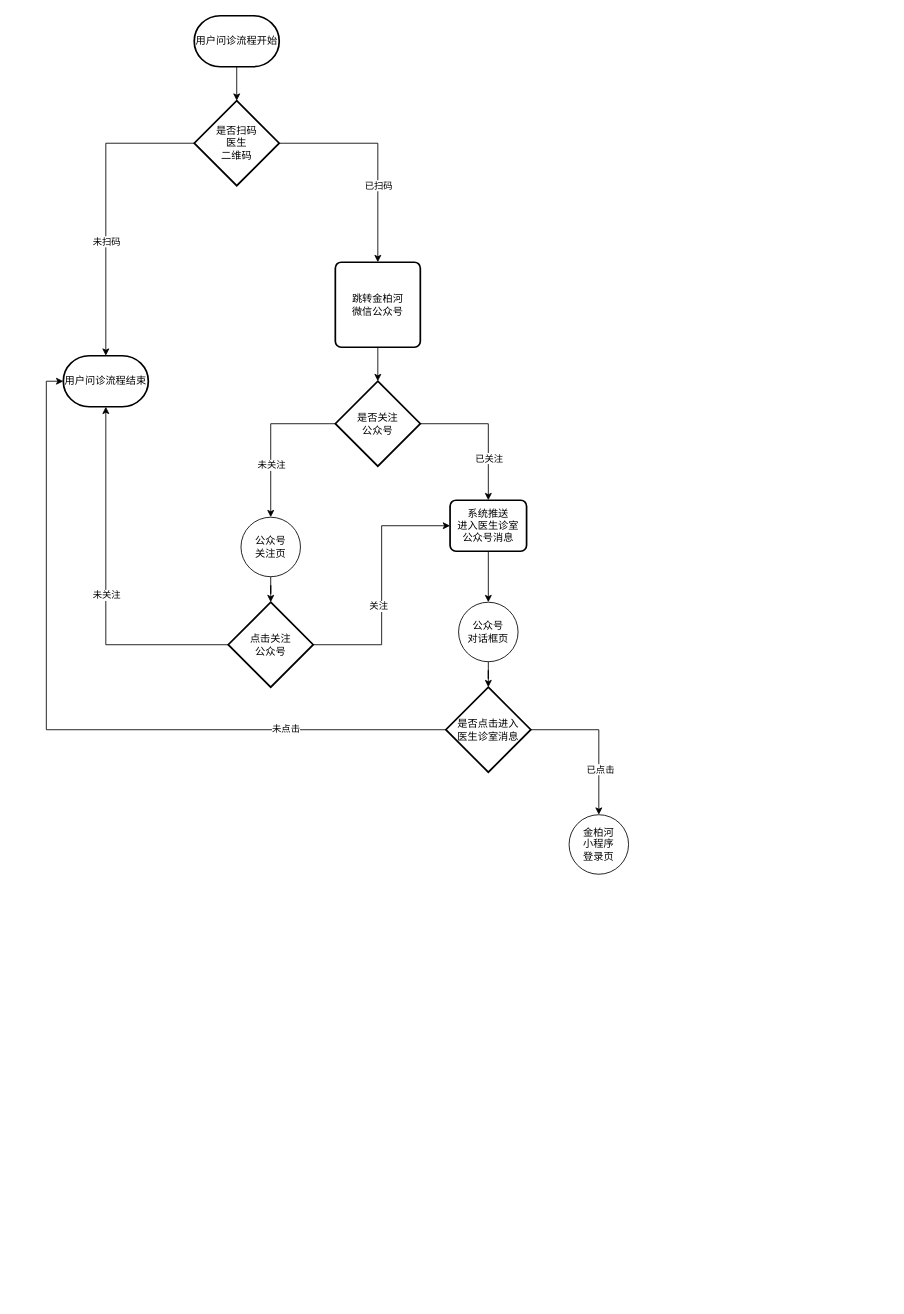
GitHeP/diagrams keeps this draw.io diagram as jbh/患者端问诊流程.drawio. Above is the earlier version. Source tidied: cells renumbered, new cells numbered last; positions are measured from the earlier drawing's top-left corner, leaving out a move shared by most shapes. Both pictures are drawn from the tidied source at 85%, with x=0, y=0 at pixel (63, 15).
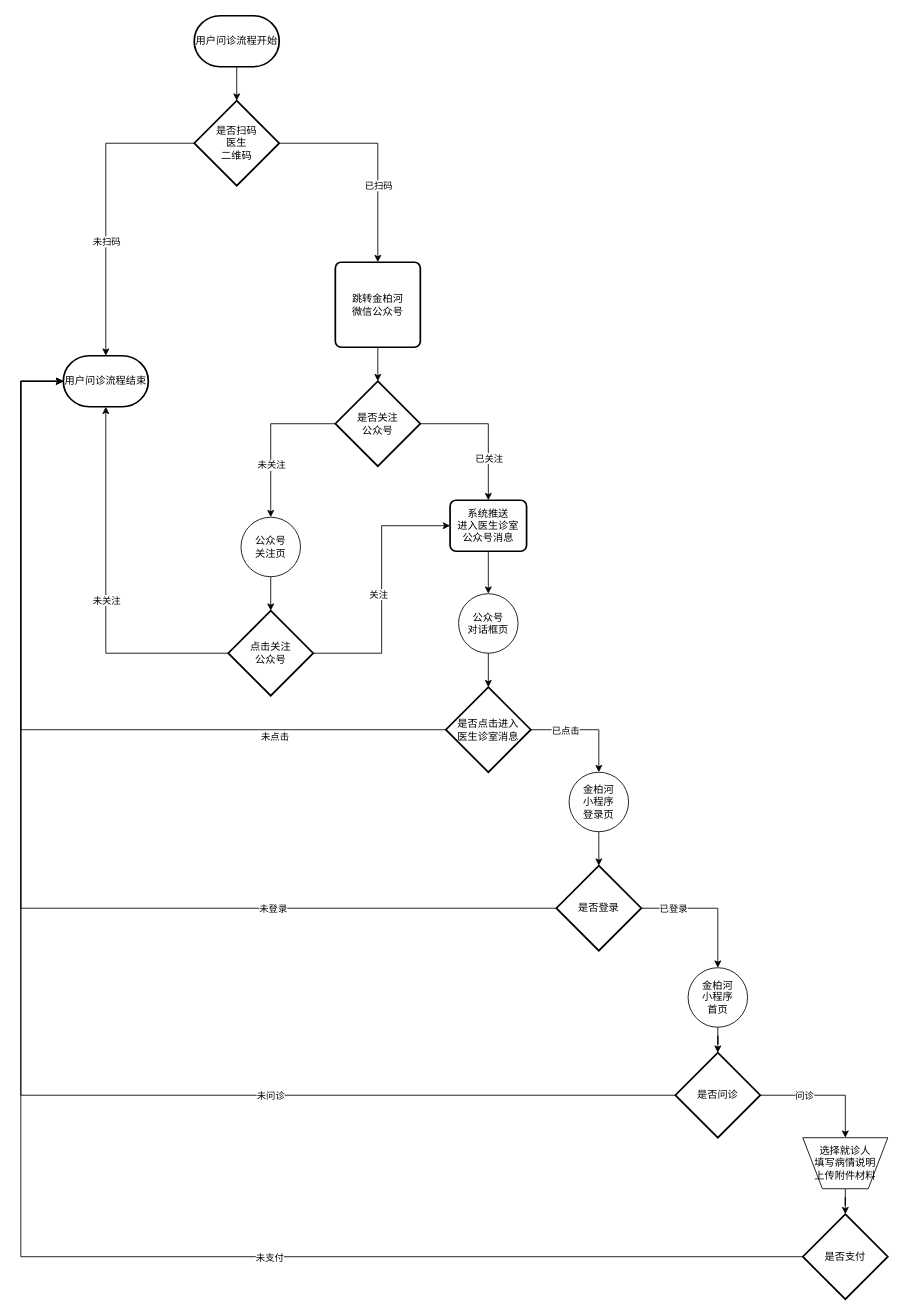
The same diagram, later.

Commit message (it also covers changes not shown here):
更新患者端问诊流程.drawio

The change refers to these unchanged cells:
```xml
<mxCell id="4" value="用户问诊流程结束" style="strokeWidth=2;html=1;shape=mxgraph.flowchart.terminator;whiteSpace=wrap;" parent="1" vertex="1">
  <mxGeometry y="400" width="100" height="60" as="geometry" />
</mxCell>
<mxCell id="25" style="edgeStyle=orthogonalEdgeStyle;rounded=0;jettySize=auto;html=1;entryX=0;entryY=0.5;entryDx=0;entryDy=0;" parent="1" edge="1" source="27" target="29">
  <mxGeometry relative="1" as="geometry" />
</mxCell>
<mxCell id="32" style="edgeStyle=orthogonalEdgeStyle;rounded=0;jettySize=auto;html=1;entryX=0.5;entryY=0;entryDx=0;entryDy=0;" parent="1" edge="1" source="34" target="36">
  <mxGeometry relative="1" as="geometry" />
</mxCell>
<mxCell id="34" value="是否点击进入&lt;br&gt;医生诊室消息" style="strokeWidth=2;html=1;shape=mxgraph.flowchart.decision;whiteSpace=wrap;" parent="1" vertex="1">
  <mxGeometry x="450" y="790" width="100" height="100" as="geometry" />
</mxCell>
```

Diff of the diagram source:
```diff
@@
     <mxCell id="20" style="verticalLabelPosition=bottom;verticalAlign=top;html=1;shape=mxgraph.flowchart.on-page_reference;" parent="1" vertex="1">
-      <mxGeometry x="465" y="690" width="70" height="70" as="geometry" />
+      <mxGeometry x="465" y="680" width="70" height="70" as="geometry" />
     </mxCell>
@@
     <mxCell id="22" value="公众号&lt;br&gt;对话框页" style="text;html=1;strokeColor=none;fillColor=none;align=center;verticalAlign=middle;whiteSpace=wrap;rounded=0;" parent="1" vertex="1">
-      <mxGeometry x="460" y="690" width="80" height="70" as="geometry" />
+      <mxGeometry x="460" y="680" width="80" height="70" as="geometry" />
     </mxCell>
@@
     <mxCell id="26" value="关注" style="edgeLabel;html=1;align=center;verticalAlign=middle;" parent="25" vertex="1">
       <mxGeometry x="-0.19" y="-2" relative="1" as="geometry">
-        <mxPoint x="-6" y="-4" as="offset" />
+        <mxPoint x="-6" y="-24" as="offset" />
       </mxGeometry>
     </mxCell>
     <mxCell id="27" value="点击关注&lt;br&gt;公众号" style="strokeWidth=2;html=1;shape=mxgraph.flowchart.decision;whiteSpace=wrap;" parent="1" vertex="1">
-      <mxGeometry x="194" y="690" width="100" height="100" as="geometry" />
+      <mxGeometry x="194" y="700" width="100" height="100" as="geometry" />
     </mxCell>
@@
     <mxCell id="30" style="edgeStyle=orthogonalEdgeStyle;rounded=0;jettySize=auto;html=1;entryX=0;entryY=0.5;entryDx=0;entryDy=0;entryPerimeter=0;" parent="1" edge="1" source="34" target="4">
-      <mxGeometry relative="1" as="geometry" />
+      <mxGeometry relative="1" as="geometry">
+        <Array as="points">
+          <mxPoint x="-50" y="840" />
+          <mxPoint x="-50" y="430" />
+        </Array>
+      </mxGeometry>
     </mxCell>
     <mxCell id="31" value="未点击" style="edgeLabel;html=1;align=center;verticalAlign=middle;" parent="30" vertex="1">
-      <mxGeometry x="-0.58" y="-2" relative="1" as="geometry" />
+      <mxGeometry x="-0.58" y="-2" relative="1" as="geometry">
+        <mxPoint y="10" as="offset" />
+      </mxGeometry>
     </mxCell>
@@
     <mxCell id="33" value="已点击" style="edgeLabel;html=1;align=center;verticalAlign=middle;" parent="32" vertex="1">
       <mxGeometry x="0.29" y="1" relative="1" as="geometry">
-        <mxPoint y="10" as="offset" />
+        <mxPoint x="-41" y="-4" as="offset" />
       </mxGeometry>
     </mxCell>
@@
     <mxCell id="35" style="verticalLabelPosition=bottom;verticalAlign=top;html=1;shape=mxgraph.flowchart.on-page_reference;" parent="1" vertex="1">
-      <mxGeometry x="595" y="940" width="70" height="70" as="geometry" />
+      <mxGeometry x="595" y="890" width="70" height="70" as="geometry" />
     </mxCell>
+    <mxCell id="37" style="edgeStyle=orthogonalEdgeStyle;rounded=0;jettySize=auto;html=1;exitX=0.5;exitY=1;exitDx=0;exitDy=0;entryX=0.5;entryY=0;entryDx=0;entryDy=0;entryPerimeter=0;" parent="1" edge="1" source="36" target="42">
+      <mxGeometry relative="1" as="geometry" />
+    </mxCell>
     <mxCell id="36" value="金柏河&lt;br&gt;小程序&lt;br&gt;登录页" style="text;html=1;strokeColor=none;fillColor=none;align=center;verticalAlign=middle;whiteSpace=wrap;rounded=0;" parent="1" vertex="1">
-      <mxGeometry x="590" y="940" width="80" height="70" as="geometry" />
+      <mxGeometry x="590" y="890" width="80" height="70" as="geometry" />
     </mxCell>
+    <mxCell id="38" style="edgeStyle=orthogonalEdgeStyle;rounded=0;jettySize=auto;html=1;entryX=0;entryY=0.5;entryDx=0;entryDy=0;entryPerimeter=0;" parent="1" edge="1" source="42" target="4">
+      <mxGeometry relative="1" as="geometry">
+        <Array as="points">
+          <mxPoint x="-50" y="1050" />
+          <mxPoint x="-50" y="430" />
+        </Array>
+      </mxGeometry>
+    </mxCell>
+    <mxCell id="39" value="未登录" style="edgeLabel;html=1;align=center;verticalAlign=middle;" parent="38" vertex="1">
+      <mxGeometry x="-0.44" y="1" relative="1" as="geometry">
+        <mxPoint x="30" y="-1" as="offset" />
+      </mxGeometry>
+    </mxCell>
+    <mxCell id="40" style="edgeStyle=orthogonalEdgeStyle;rounded=0;jettySize=auto;html=1;entryX=0.5;entryY=0;entryDx=0;entryDy=0;" parent="1" edge="1" source="42" target="45">
+      <mxGeometry relative="1" as="geometry" />
+    </mxCell>
+    <mxCell id="41" value="已登录" style="edgeLabel;html=1;align=center;verticalAlign=middle;" parent="40" vertex="1">
+      <mxGeometry x="-0.57" y="-3" relative="1" as="geometry">
+        <mxPoint x="3" y="-3" as="offset" />
+      </mxGeometry>
+    </mxCell>
+    <mxCell id="42" value="是否登录" style="strokeWidth=2;html=1;shape=mxgraph.flowchart.decision;whiteSpace=wrap;" parent="1" vertex="1">
+      <mxGeometry x="580" y="1000" width="100" height="100" as="geometry" />
+    </mxCell>
+    <mxCell id="43" style="verticalLabelPosition=bottom;verticalAlign=top;html=1;shape=mxgraph.flowchart.on-page_reference;" parent="1" vertex="1">
+      <mxGeometry x="735" y="1120" width="70" height="70" as="geometry" />
+    </mxCell>
+    <mxCell id="44" style="edgeStyle=orthogonalEdgeStyle;rounded=0;jettySize=auto;html=1;" parent="1" edge="1" source="45" target="50">
+      <mxGeometry relative="1" as="geometry" />
+    </mxCell>
+    <mxCell id="45" value="金柏河&lt;br&gt;小程序&lt;br&gt;首页" style="text;html=1;strokeColor=none;fillColor=none;align=center;verticalAlign=middle;whiteSpace=wrap;rounded=0;" parent="1" vertex="1">
+      <mxGeometry x="730" y="1120" width="80" height="70" as="geometry" />
+    </mxCell>
+    <mxCell id="46" style="edgeStyle=orthogonalEdgeStyle;rounded=0;jettySize=auto;html=1;entryX=0;entryY=0.5;entryDx=0;entryDy=0;entryPerimeter=0;" parent="1" edge="1" source="50" target="4">
+      <mxGeometry relative="1" as="geometry">
+        <Array as="points">
+          <mxPoint x="-50" y="1270" />
+          <mxPoint x="-50" y="430" />
+        </Array>
+      </mxGeometry>
+    </mxCell>
+    <mxCell id="47" value="未问诊" style="edgeLabel;html=1;align=center;verticalAlign=middle;" parent="46" vertex="1">
+      <mxGeometry x="-0.45" y="4" relative="1" as="geometry">
+        <mxPoint x="-20" y="-4" as="offset" />
+      </mxGeometry>
+    </mxCell>
+    <mxCell id="48" style="edgeStyle=orthogonalEdgeStyle;rounded=0;jettySize=auto;html=1;entryX=0.5;entryY=0;entryDx=0;entryDy=0;" parent="1" edge="1" source="50" target="52">
+      <mxGeometry relative="1" as="geometry" />
+    </mxCell>
+    <mxCell id="49" value="问诊" style="edgeLabel;html=1;align=center;verticalAlign=middle;" parent="48" vertex="1">
+      <mxGeometry x="-0.51" y="-4" relative="1" as="geometry">
+        <mxPoint x="14" y="-4" as="offset" />
+      </mxGeometry>
+    </mxCell>
+    <mxCell id="50" value="是否问诊" style="strokeWidth=2;html=1;shape=mxgraph.flowchart.decision;whiteSpace=wrap;" parent="1" vertex="1">
+      <mxGeometry x="720" y="1220" width="100" height="100" as="geometry" />
+    </mxCell>
+    <mxCell id="51" style="edgeStyle=orthogonalEdgeStyle;rounded=0;jettySize=auto;html=1;entryX=0.5;entryY=0;entryDx=0;entryDy=0;entryPerimeter=0;" parent="1" edge="1" source="52" target="55">
+      <mxGeometry relative="1" as="geometry" />
+    </mxCell>
+    <mxCell id="52" value="选择就诊人&lt;br&gt;填写病情说明&lt;br&gt;上传附件材料" style="verticalLabelPosition=middle;verticalAlign=middle;html=1;shape=trapezoid;perimeter=trapezoidPerimeter;whiteSpace=wrap;size=0.23;arcSize=10;flipV=1;labelPosition=center;align=center;" parent="1" vertex="1">
+      <mxGeometry x="870" y="1320" width="100" height="60" as="geometry" />
+    </mxCell>
+    <mxCell id="53" style="edgeStyle=orthogonalEdgeStyle;rounded=0;jettySize=auto;html=1;entryX=0;entryY=0.5;entryDx=0;entryDy=0;entryPerimeter=0;" parent="1" edge="1" source="55" target="4">
+      <mxGeometry relative="1" as="geometry">
+        <Array as="points">
+          <mxPoint x="-50" y="1460" />
+          <mxPoint x="-50" y="430" />
+        </Array>
+      </mxGeometry>
+    </mxCell>
+    <mxCell id="54" value="未支付" style="edgeLabel;html=1;align=center;verticalAlign=middle;" parent="53" vertex="1">
+      <mxGeometry x="-0.36" y="-2" relative="1" as="geometry">
+        <mxPoint x="12" y="2" as="offset" />
+      </mxGeometry>
+    </mxCell>
+    <mxCell id="55" value="是否支付" style="strokeWidth=2;html=1;shape=mxgraph.flowchart.decision;whiteSpace=wrap;" parent="1" vertex="1">
+      <mxGeometry x="870" y="1410" width="100" height="100" as="geometry" />
+    </mxCell>
```
